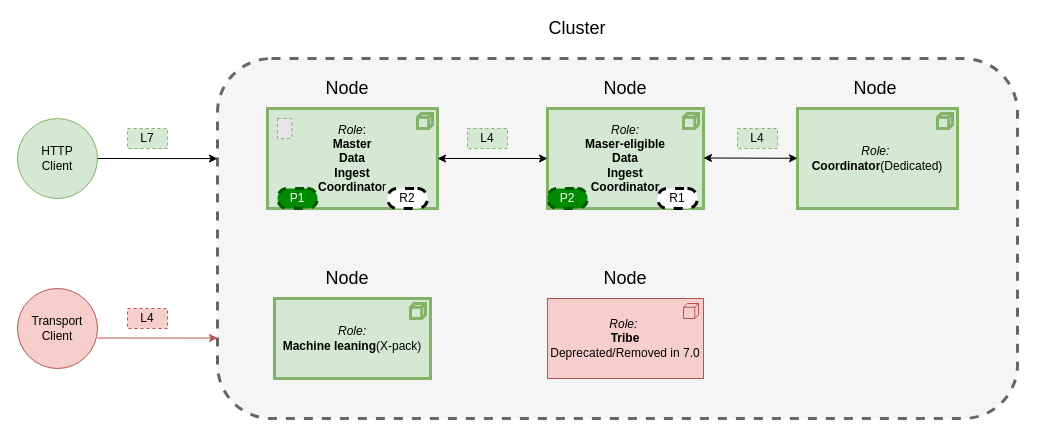
Earlier version of the draw.io diagram ES1.drawio (weizheng1990s/Diagram). Source tidied: cells renumbered, new cells numbered last; positions are measured from the earlier drawing's top-left corner, leaving out a move shared by most shapes. Both pictures are drawn from the tidied source at 100%, with x=0, y=0 at pixel (17, 18). Pictures stored in the file or linked from it are replaced by grey dashed boxes.
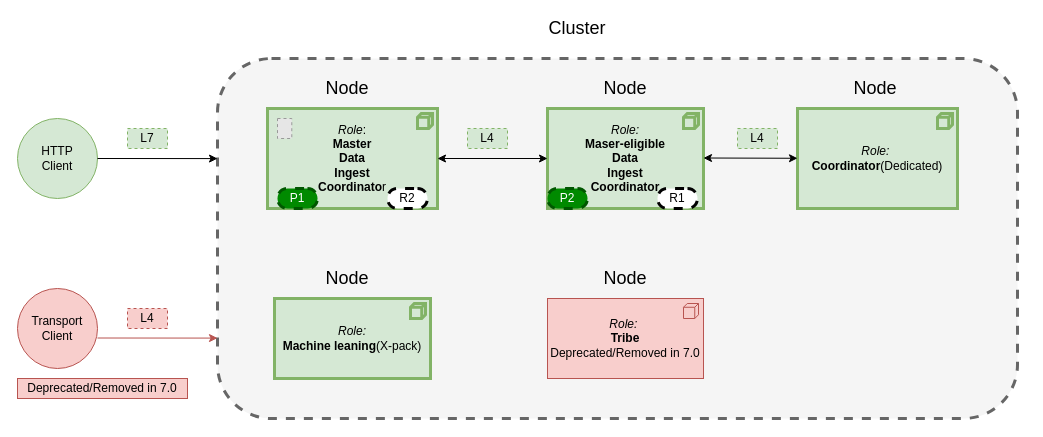
After the change.

Diff of the diagram source:
```diff
@@
+    <mxCell id="30" value="Deprecated/Removed in 7.0" style="text;html=1;strokeColor=#b85450;fillColor=#f8cecc;align=center;verticalAlign=middle;whiteSpace=wrap;rounded=0;" parent="1" vertex="1">
+      <mxGeometry y="360" width="170" height="20" as="geometry" />
+    </mxCell>
```
